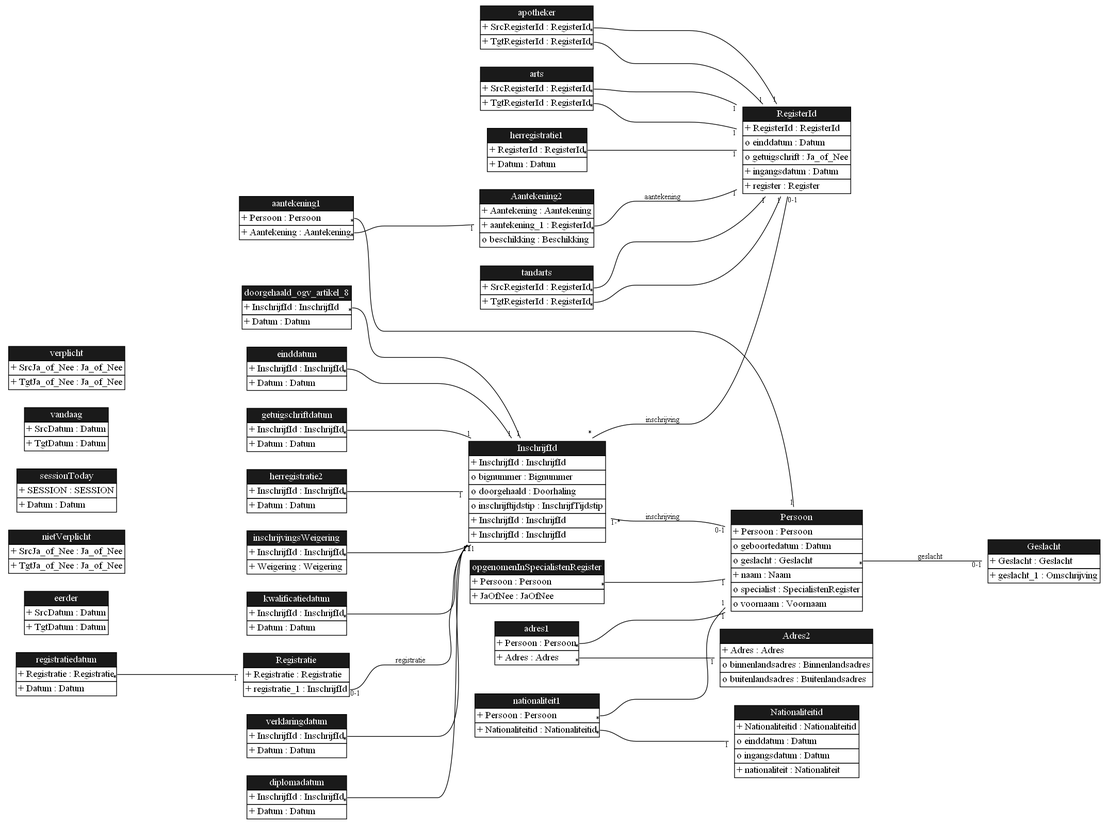
Earlier version of the Graphviz export docs/images/TechnicalDataModel.png (gedelaar/BIG). Its source is kept beside it as docs/images/TechnicalDataModel.gv.
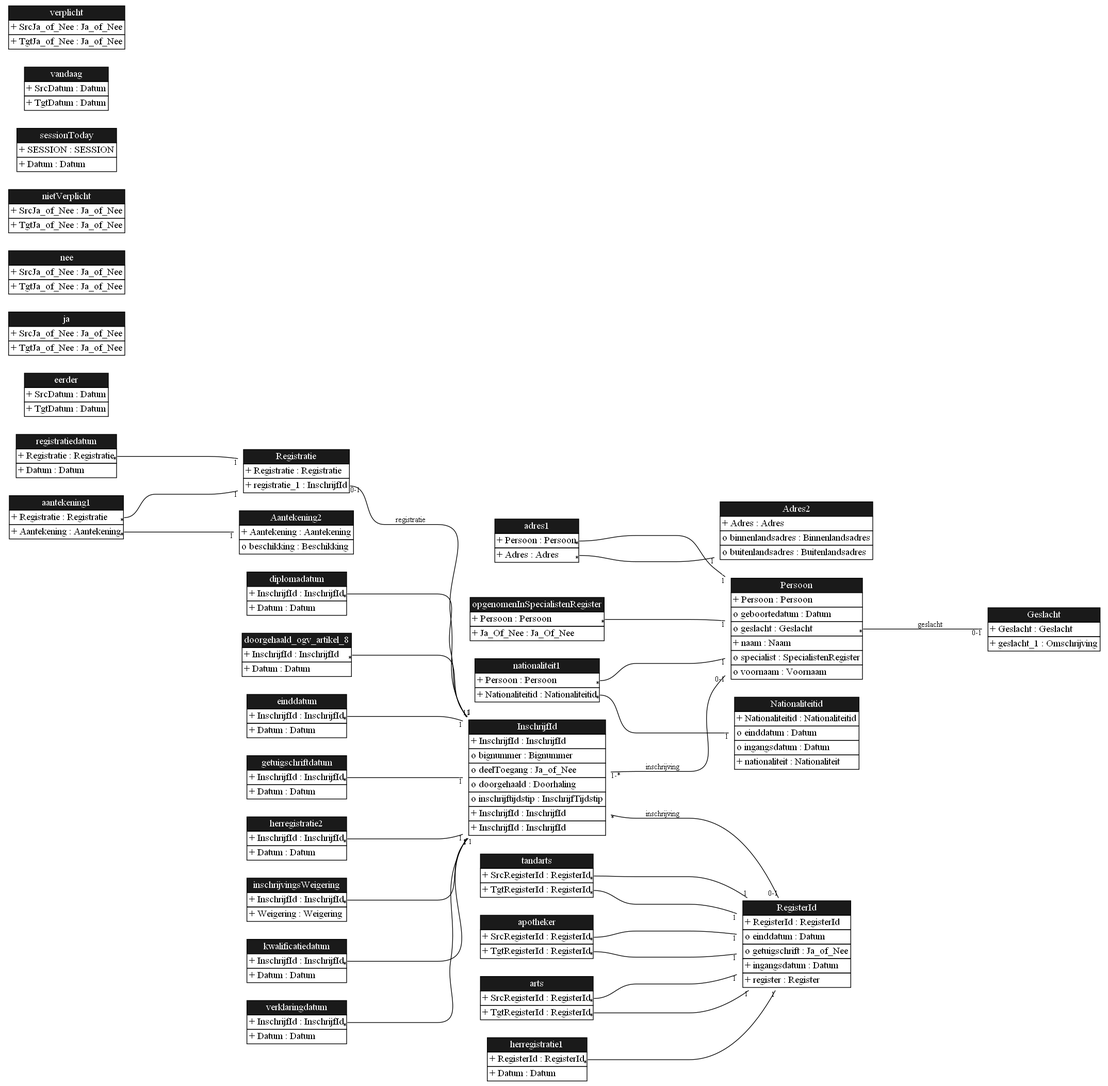
After the commit.

Change to the diagram source:
```diff
@@ -7,28 +7,20 @@
 		minlen=4
 	];
 	aantekening1	[color=purple,
-		label=<<TABLE BGCOLOR="white" COLOR="black" BORDER="0" CELLBORDER="1" CELLSPACING="0"><TR><TD BGCOLOR="gray10" COLOR="black"><FONT COLOR="white">aantekening1</FONT></TD></TR><TR><TD ALIGN="LEFT" PORT="Persoon">+ Persoon : Persoon</TD></TR><TR><TD ALIGN="LEFT" PORT="Aantekening">+ Aantekening : Aantekening</TD></TR></TABLE>>,
+		label=<<TABLE BGCOLOR="white" COLOR="black" BORDER="0" CELLBORDER="1" CELLSPACING="0"><TR><TD BGCOLOR="gray10" COLOR="black"><FONT COLOR="white">aantekening1</FONT></TD></TR><TR><TD ALIGN="LEFT" PORT="Registratie">+ Registratie : Registratie</TD></TR><TR><TD ALIGN="LEFT" PORT="Aantekening">+ Aantekening : Aantekening</TD></TR></TABLE>>,
 		shape=plaintext];
 	Aantekening2	[color=purple,
-		label=<<TABLE BGCOLOR="white" COLOR="black" BORDER="0" CELLBORDER="1" CELLSPACING="0"><TR><TD BGCOLOR="gray10" COLOR="black"><FONT COLOR="white">Aantekening2</FONT></TD></TR><TR><TD ALIGN="LEFT" PORT="Aantekening">+ Aantekening : Aantekening</TD></TR><TR><TD ALIGN="LEFT" PORT="aantekening_1">+ aantekening_1 : RegisterId</TD></TR><TR><TD ALIGN="LEFT" PORT="beschikking">o beschikking : Beschikking</TD></TR></TABLE>>,
+		label=<<TABLE BGCOLOR="white" COLOR="black" BORDER="0" CELLBORDER="1" CELLSPACING="0"><TR><TD BGCOLOR="gray10" COLOR="black"><FONT COLOR="white">Aantekening2</FONT></TD></TR><TR><TD ALIGN="LEFT" PORT="Aantekening">+ Aantekening : Aantekening</TD></TR><TR><TD ALIGN="LEFT" PORT="beschikking">o beschikking : Beschikking</TD></TR></TABLE>>,
 		shape=plaintext];
 	aantekening1:Aantekening -> Aantekening2	[arrowhead=onone,
 		headlabel=1,
 		labelfloat=true,
 		taillabel="*"];
-	Persoon	[color=purple,
-		label=<<TABLE BGCOLOR="white" COLOR="black" BORDER="0" CELLBORDER="1" CELLSPACING="0"><TR><TD BGCOLOR="gray10" COLOR="black"><FONT COLOR="white">Persoon</FONT></TD></TR><TR><TD ALIGN="LEFT" PORT="Persoon">+ Persoon : Persoon</TD></TR><TR><TD ALIGN="LEFT" PORT="geboortedatum">o geboortedatum : Datum</TD></TR><TR><TD ALIGN="LEFT" PORT="geslacht">o geslacht : Geslacht</TD></TR><TR><TD ALIGN="LEFT" PORT="naam">+ naam : Naam</TD></TR><TR><TD ALIGN="LEFT" PORT="specialist">o specialist : SpecialistenRegister</TD></TR><TR><TD ALIGN="LEFT" PORT="voornaam">o voornaam : Voornaam</TD></TR></TABLE>>,
+	Registratie	[color=purple,
+		label=<<TABLE BGCOLOR="white" COLOR="black" BORDER="0" CELLBORDER="1" CELLSPACING="0"><TR><TD BGCOLOR="gray10" COLOR="black"><FONT COLOR="white">Registratie</FONT></TD></TR><TR><TD ALIGN="LEFT" PORT="Registratie">+ Registratie : Registratie</TD></TR><TR><TD ALIGN="LEFT" PORT="registratie_1">+ registratie_1 : InschrijfId</TD></TR></TABLE>>,
 		shape=plaintext];
-	aantekening1:Persoon -> Persoon	[arrowhead=onone,
+	aantekening1:Registratie -> Registratie	[arrowhead=onone,
 		headlabel=1,
-		labelfloat=true,
-		taillabel="*"];
-	RegisterId	[color=purple,
-		label=<<TABLE BGCOLOR="white" COLOR="black" BORDER="0" CELLBORDER="1" CELLSPACING="0"><TR><TD BGCOLOR="gray10" COLOR="black"><FONT COLOR="white">RegisterId</FONT></TD></TR><TR><TD ALIGN="LEFT" PORT="RegisterId">+ RegisterId : RegisterId</TD></TR><TR><TD ALIGN="LEFT" PORT="einddatum">o einddatum : Datum</TD></TR><TR><TD ALIGN="LEFT" PORT="getuigschrift">o getuigschrift : Ja_of_Nee</TD></TR><TR><TD ALIGN="LEFT" PORT="ingangsdatum">+ ingangsdatum : Datum</TD></TR><TR><TD ALIGN="LEFT" PORT="register">+ register : Register</TD></TR></TABLE>>,
-		shape=plaintext];
-	Aantekening2:aantekening_1 -> RegisterId	[arrowhead=onone,
-		headlabel=1,
-		label=aantekening,
 		labelfloat=true,
 		taillabel="*"];
 	adres1	[color=purple,
@@ -41,12 +33,18 @@
 		headlabel=1,
 		labelfloat=true,
 		taillabel="*"];
+	Persoon	[color=purple,
+		label=<<TABLE BGCOLOR="white" COLOR="black" BORDER="0" CELLBORDER="1" CELLSPACING="0"><TR><TD BGCOLOR="gray10" COLOR="black"><FONT COLOR="white">Persoon</FONT></TD></TR><TR><TD ALIGN="LEFT" PORT="Persoon">+ Persoon : Persoon</TD></TR><TR><TD ALIGN="LEFT" PORT="geboortedatum">o geboortedatum : Datum</TD></TR><TR><TD ALIGN="LEFT" PORT="geslacht">o geslacht : Geslacht</TD></TR><TR><TD ALIGN="LEFT" PORT="naam">+ naam : Naam</TD></TR><TR><TD ALIGN="LEFT" PORT="specialist">o specialist : SpecialistenRegister</TD></TR><TR><TD ALIGN="LEFT" PORT="voornaam">o voornaam : Voornaam</TD></TR></TABLE>>,
+		shape=plaintext];
 	adres1:Persoon -> Persoon	[arrowhead=onone,
 		headlabel=1,
 		labelfloat=true,
 		taillabel="*"];
 	apotheker	[color=purple,
 		label=<<TABLE BGCOLOR="white" COLOR="black" BORDER="0" CELLBORDER="1" CELLSPACING="0"><TR><TD BGCOLOR="gray10" COLOR="black"><FONT COLOR="white">apotheker</FONT></TD></TR><TR><TD ALIGN="LEFT" PORT="SrcRegisterId">+ SrcRegisterId : RegisterId</TD></TR><TR><TD ALIGN="LEFT" PORT="TgtRegisterId">+ TgtRegisterId : RegisterId</TD></TR></TABLE>>,
+		shape=plaintext];
+	RegisterId	[color=purple,
+		label=<<TABLE BGCOLOR="white" COLOR="black" BORDER="0" CELLBORDER="1" CELLSPACING="0"><TR><TD BGCOLOR="gray10" COLOR="black"><FONT COLOR="white">RegisterId</FONT></TD></TR><TR><TD ALIGN="LEFT" PORT="RegisterId">+ RegisterId : RegisterId</TD></TR><TR><TD ALIGN="LEFT" PORT="einddatum">o einddatum : Datum</TD></TR><TR><TD ALIGN="LEFT" PORT="getuigschrift">o getuigschrift : Ja_of_Nee</TD></TR><TR><TD ALIGN="LEFT" PORT="ingangsdatum">+ ingangsdatum : Datum</TD></TR><TR><TD ALIGN="LEFT" PORT="register">+ register : Register</TD></TR></TABLE>>,
 		shape=plaintext];
 	apotheker:SrcRegisterId -> RegisterId	[arrowhead=onone,
 		headlabel=1,
@@ -71,7 +69,7 @@
 		label=<<TABLE BGCOLOR="white" COLOR="black" BORDER="0" CELLBORDER="1" CELLSPACING="0"><TR><TD BGCOLOR="gray10" COLOR="black"><FONT COLOR="white">diplomadatum</FONT></TD></TR><TR><TD ALIGN="LEFT" PORT="InschrijfId">+ InschrijfId : InschrijfId</TD></TR><TR><TD ALIGN="LEFT" PORT="Datum">+ Datum : Datum</TD></TR></TABLE>>,
 		shape=plaintext];
 	InschrijfId	[color=purple,
-		label=<<TABLE BGCOLOR="white" COLOR="black" BORDER="0" CELLBORDER="1" CELLSPACING="0"><TR><TD BGCOLOR="gray10" COLOR="black"><FONT COLOR="white">InschrijfId</FONT></TD></TR><TR><TD ALIGN="LEFT" PORT="InschrijfId">+ InschrijfId : InschrijfId</TD></TR><TR><TD ALIGN="LEFT" PORT="bignummer">o bignummer : Bignummer</TD></TR><TR><TD ALIGN="LEFT" PORT="doorgehaald">o doorgehaald : Doorhaling</TD></TR><TR><TD ALIGN="LEFT" PORT="inschrijftijdstip">o inschrijftijdstip : InschrijfTijdstip</TD></TR><TR><TD ALIGN="LEFT" PORT="InschrijfId">+ InschrijfId : InschrijfId</TD></TR><TR><TD ALIGN="LEFT" PORT="InschrijfId">+ InschrijfId : InschrijfId</TD></TR></TABLE>>,
+		label=<<TABLE BGCOLOR="white" COLOR="black" BORDER="0" CELLBORDER="1" CELLSPACING="0"><TR><TD BGCOLOR="gray10" COLOR="black"><FONT COLOR="white">InschrijfId</FONT></TD></TR><TR><TD ALIGN="LEFT" PORT="InschrijfId">+ InschrijfId : InschrijfId</TD></TR><TR><TD ALIGN="LEFT" PORT="bignummer">o bignummer : Bignummer</TD></TR><TR><TD ALIGN="LEFT" PORT="deelToegang">o deelToegang : Ja_of_Nee</TD></TR><TR><TD ALIGN="LEFT" PORT="doorgehaald">o doorgehaald : Doorhaling</TD></TR><TR><TD ALIGN="LEFT" PORT="inschrijftijdstip">o inschrijftijdstip : InschrijfTijdstip</TD></TR><TR><TD ALIGN="LEFT" PORT="InschrijfId">+ InschrijfId : InschrijfId</TD></TR><TR><TD ALIGN="LEFT" PORT="InschrijfId">+ InschrijfId : InschrijfId</TD></TR></TABLE>>,
 		shape=plaintext];
 	diplomadatum:InschrijfId -> InschrijfId	[arrowhead=onone,
 		headlabel=1,
@@ -135,6 +133,9 @@
 		headlabel=1,
 		labelfloat=true,
 		taillabel="*"];
+	ja	[color=purple,
+		label=<<TABLE BGCOLOR="white" COLOR="black" BORDER="0" CELLBORDER="1" CELLSPACING="0"><TR><TD BGCOLOR="gray10" COLOR="black"><FONT COLOR="white">ja</FONT></TD></TR><TR><TD ALIGN="LEFT" PORT="SrcJa_of_Nee">+ SrcJa_of_Nee : Ja_of_Nee</TD></TR><TR><TD ALIGN="LEFT" PORT="TgtJa_of_Nee">+ TgtJa_of_Nee : Ja_of_Nee</TD></TR></TABLE>>,
+		shape=plaintext];
 	kwalificatiedatum	[color=purple,
 		label=<<TABLE BGCOLOR="white" COLOR="black" BORDER="0" CELLBORDER="1" CELLSPACING="0"><TR><TD BGCOLOR="gray10" COLOR="black"><FONT COLOR="white">kwalificatiedatum</FONT></TD></TR><TR><TD ALIGN="LEFT" PORT="InschrijfId">+ InschrijfId : InschrijfId</TD></TR><TR><TD ALIGN="LEFT" PORT="Datum">+ Datum : Datum</TD></TR></TABLE>>,
 		shape=plaintext];
@@ -156,11 +157,14 @@
 		headlabel=1,
 		labelfloat=true,
 		taillabel="*"];
+	nee	[color=purple,
+		label=<<TABLE BGCOLOR="white" COLOR="black" BORDER="0" CELLBORDER="1" CELLSPACING="0"><TR><TD BGCOLOR="gray10" COLOR="black"><FONT COLOR="white">nee</FONT></TD></TR><TR><TD ALIGN="LEFT" PORT="SrcJa_of_Nee">+ SrcJa_of_Nee : Ja_of_Nee</TD></TR><TR><TD ALIGN="LEFT" PORT="TgtJa_of_Nee">+ TgtJa_of_Nee : Ja_of_Nee</TD></TR></TABLE>>,
+		shape=plaintext];
 	nietVerplicht	[color=purple,
 		label=<<TABLE BGCOLOR="white" COLOR="black" BORDER="0" CELLBORDER="1" CELLSPACING="0"><TR><TD BGCOLOR="gray10" COLOR="black"><FONT COLOR="white">nietVerplicht</FONT></TD></TR><TR><TD ALIGN="LEFT" PORT="SrcJa_of_Nee">+ SrcJa_of_Nee : Ja_of_Nee</TD></TR><TR><TD ALIGN="LEFT" PORT="TgtJa_of_Nee">+ TgtJa_of_Nee : Ja_of_Nee</TD></TR></TABLE>>,
 		shape=plaintext];
 	opgenomenInSpecialistenRegister	[color=purple,
-		label=<<TABLE BGCOLOR="white" COLOR="black" BORDER="0" CELLBORDER="1" CELLSPACING="0"><TR><TD BGCOLOR="gray10" COLOR="black"><FONT COLOR="white">opgenomenInSpecialistenRegister</FONT></TD></TR><TR><TD ALIGN="LEFT" PORT="Persoon">+ Persoon : Persoon</TD></TR><TR><TD ALIGN="LEFT" PORT="JaOfNee">+ JaOfNee : JaOfNee</TD></TR></TABLE>>,
+		label=<<TABLE BGCOLOR="white" COLOR="black" BORDER="0" CELLBORDER="1" CELLSPACING="0"><TR><TD BGCOLOR="gray10" COLOR="black"><FONT COLOR="white">opgenomenInSpecialistenRegister</FONT></TD></TR><TR><TD ALIGN="LEFT" PORT="Persoon">+ Persoon : Persoon</TD></TR><TR><TD ALIGN="LEFT" PORT="Ja_Of_Nee">+ Ja_Of_Nee : Ja_Of_Nee</TD></TR></TABLE>>,
 		shape=plaintext];
 	opgenomenInSpecialistenRegister:Persoon -> Persoon	[arrowhead=onone,
 		headlabel=1,
@@ -171,9 +175,6 @@
 		label=geslacht,
 		labelfloat=true,
 		taillabel="*"];
-	Registratie	[color=purple,
-		label=<<TABLE BGCOLOR="white" COLOR="black" BORDER="0" CELLBORDER="1" CELLSPACING="0"><TR><TD BGCOLOR="gray10" COLOR="black"><FONT COLOR="white">Registratie</FONT></TD></TR><TR><TD ALIGN="LEFT" PORT="Registratie">+ Registratie : Registratie</TD></TR><TR><TD ALIGN="LEFT" PORT="registratie_1">+ registratie_1 : InschrijfId</TD></TR></TABLE>>,
-		shape=plaintext];
 	Registratie:registratie_1 -> InschrijfId	[arrowhead=onone,
 		headlabel=1,
 		label=registratie,
```
